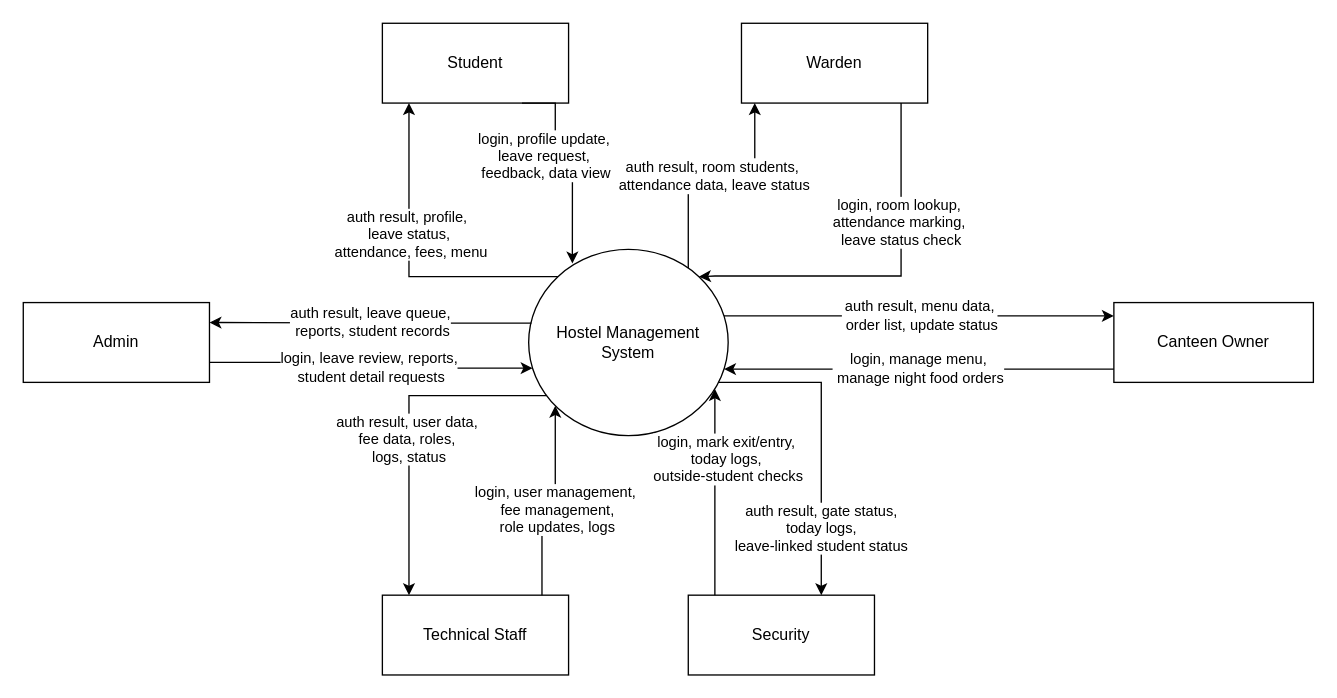
This is page "Level 0 - Context" (1 of 9) of DFD-drawio.drawio from Saurabh-Niwate/Hostel-Management-System, a draw.io file, before an edit. Source tidied: cells renumbered, new cells numbered last; positions are measured from the earlier drawing's top-left corner, leaving out a move shared by most shapes. Both pictures are drawn from the tidied source at 133%, with x=0, y=0 at pixel (23, 23).
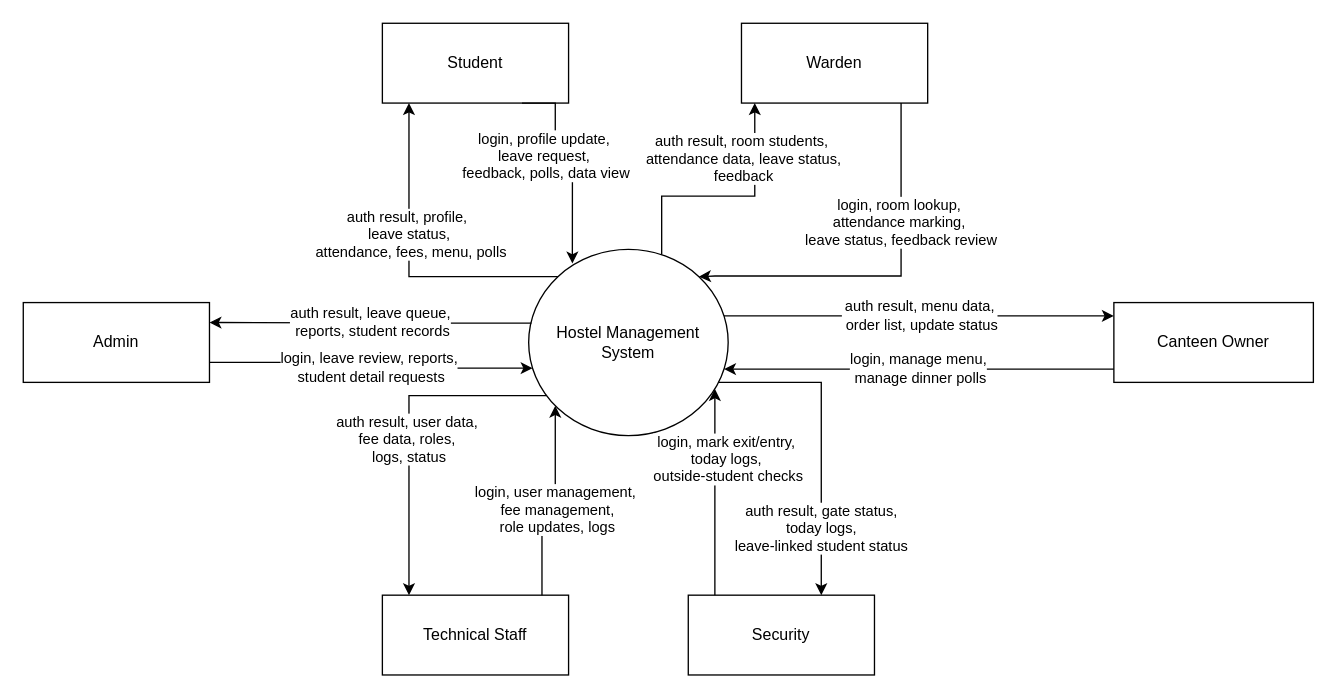
Above is the later version.

Unchanged cells that the change refers to:
```xml
<mxCell id="2" value="Student" style="rounded=0;whiteSpace=wrap;html=1;" parent="1" vertex="1">
  <mxGeometry x="270" width="140" height="60" as="geometry" />
</mxCell>
<mxCell id="5" value="Hostel Management System" style="ellipse;whiteSpace=wrap;html=1;" parent="1" vertex="1">
  <mxGeometry x="380" y="170" width="150" height="140" as="geometry" />
</mxCell>
<mxCell id="12" value="Warden" style="rounded=0;whiteSpace=wrap;html=1;" parent="1" vertex="1">
  <mxGeometry x="540" width="140" height="60" as="geometry" />
</mxCell>
<mxCell id="18" value="Canteen Owner" style="rounded=0;whiteSpace=wrap;html=1;" parent="1" vertex="1">
  <mxGeometry x="820" y="210" width="150" height="60" as="geometry" />
</mxCell>
```

The edit, as a diff of the source:
```diff
@@
-    <mxCell id="6" value="login, profile update,&amp;nbsp;&lt;div&gt;leave request,&amp;nbsp;&lt;/div&gt;&lt;div&gt;feedback, data view&lt;/div&gt;" style="edgeStyle=orthogonalEdgeStyle;rounded=0;jettySize=auto;html=1;exitX=0.75;exitY=1;exitDx=0;exitDy=0;entryX=0.219;entryY=0.076;entryDx=0;entryDy=0;entryPerimeter=0;" parent="1" edge="1" source="2" target="5">
+    <mxCell id="6" value="login, profile update,&amp;nbsp;&lt;div&gt;leave request,&amp;nbsp;&lt;/div&gt;&lt;div&gt;feedback, polls, data view&lt;/div&gt;" style="edgeStyle=orthogonalEdgeStyle;rounded=0;jettySize=auto;html=1;exitX=0.75;exitY=1;exitDx=0;exitDy=0;entryX=0.219;entryY=0.076;entryDx=0;entryDy=0;entryPerimeter=0;" parent="1" edge="1" source="2" target="5">
       <mxGeometry x="-0.21" y="-11" relative="1" as="geometry">
         <Array as="points">
           <mxPoint x="400" y="60" />
           <mxPoint x="400" y="95" />
           <mxPoint x="407" y="95" />
           <mxPoint x="407" y="100" />
           <mxPoint x="413" y="100" />
         </Array>
         <mxPoint x="-10" y="-6" as="offset" />
       </mxGeometry>
     </mxCell>
-    <mxCell id="7" value="auth result, profile,&amp;nbsp;&lt;div&gt;leave status,&lt;div&gt;&amp;nbsp;attendance, fees, menu&lt;/div&gt;&lt;/div&gt;" style="edgeStyle=orthogonalEdgeStyle;rounded=0;jettySize=auto;html=1;exitX=0;exitY=0;exitDx=0;exitDy=0;" parent="1" edge="1" source="5" target="2">
+    <mxCell id="7" value="auth result, profile,&amp;nbsp;&lt;div&gt;leave status,&lt;div&gt;&amp;nbsp;attendance, fees, menu, polls&lt;/div&gt;&lt;/div&gt;" style="edgeStyle=orthogonalEdgeStyle;rounded=0;jettySize=auto;html=1;exitX=0;exitY=0;exitDx=0;exitDy=0;" parent="1" edge="1" source="5" target="2">
       <mxGeometry x="0.18" relative="1" as="geometry">
         <Array as="points">
           <mxPoint x="290" y="191" />
         </Array>
       </mxGeometry>
     </mxCell>
@@
-    <mxCell id="14" value="login, room lookup,&amp;nbsp;&lt;div&gt;attendance marking,&amp;nbsp;&lt;/div&gt;&lt;div&gt;leave status check&lt;/div&gt;" style="edgeStyle=orthogonalEdgeStyle;rounded=0;jettySize=auto;html=1;entryX=1;entryY=0;entryDx=0;entryDy=0;" parent="1" edge="1" source="12" target="5">
+    <mxCell id="14" value="login, room lookup,&amp;nbsp;&lt;div&gt;attendance marking,&amp;nbsp;&lt;/div&gt;&lt;div&gt;leave status, feedback review&lt;/div&gt;" style="edgeStyle=orthogonalEdgeStyle;rounded=0;jettySize=auto;html=1;entryX=1;entryY=0;entryDx=0;entryDy=0;" parent="1" edge="1" source="12" target="5">
       <mxGeometry x="-0.36" relative="1" as="geometry">
         <Array as="points">
           <mxPoint x="660" y="190" />
           <mxPoint x="520" y="190" />
         </Array>
       </mxGeometry>
     </mxCell>
-    <mxCell id="15" value="auth result, room students,&lt;div&gt;&amp;nbsp;attendance data, leave status&lt;/div&gt;" style="edgeStyle=orthogonalEdgeStyle;rounded=0;jettySize=auto;html=1;" parent="1" edge="1" source="5" target="12">
-      <mxGeometry relative="1" as="geometry">
+    <mxCell id="15" value="auth result, room students,&lt;div&gt;&amp;nbsp;attendance data, leave status,&lt;/div&gt;&lt;div&gt;&amp;nbsp;feedback&lt;/div&gt;" style="edgeStyle=orthogonalEdgeStyle;rounded=0;jettySize=auto;html=1;" parent="1" edge="1" source="5" target="12">
+      <mxGeometry x="0.54" y="10" relative="1" as="geometry">
         <Array as="points">
-          <mxPoint x="500" y="115" />
-          <mxPoint x="550" y="115" />
+          <mxPoint x="480" y="130" />
+          <mxPoint x="550" y="130" />
         </Array>
       </mxGeometry>
     </mxCell>
@@
-    <mxCell id="19" value="login, manage menu,&lt;div&gt;&amp;nbsp;manage night food orders&lt;/div&gt;" style="edgeStyle=orthogonalEdgeStyle;rounded=0;jettySize=auto;html=1;" parent="1" edge="1" source="18" target="5">
+    <mxCell id="19" value="login, manage menu,&lt;div&gt;&amp;nbsp;manage dinner polls&lt;/div&gt;" style="edgeStyle=orthogonalEdgeStyle;rounded=0;jettySize=auto;html=1;" parent="1" edge="1" source="18" target="5">
       <mxGeometry relative="1" as="geometry">
         <Array as="points">
           <mxPoint x="790" y="260" />
           <mxPoint x="790" y="260" />
         </Array>
       </mxGeometry>
     </mxCell>
```
